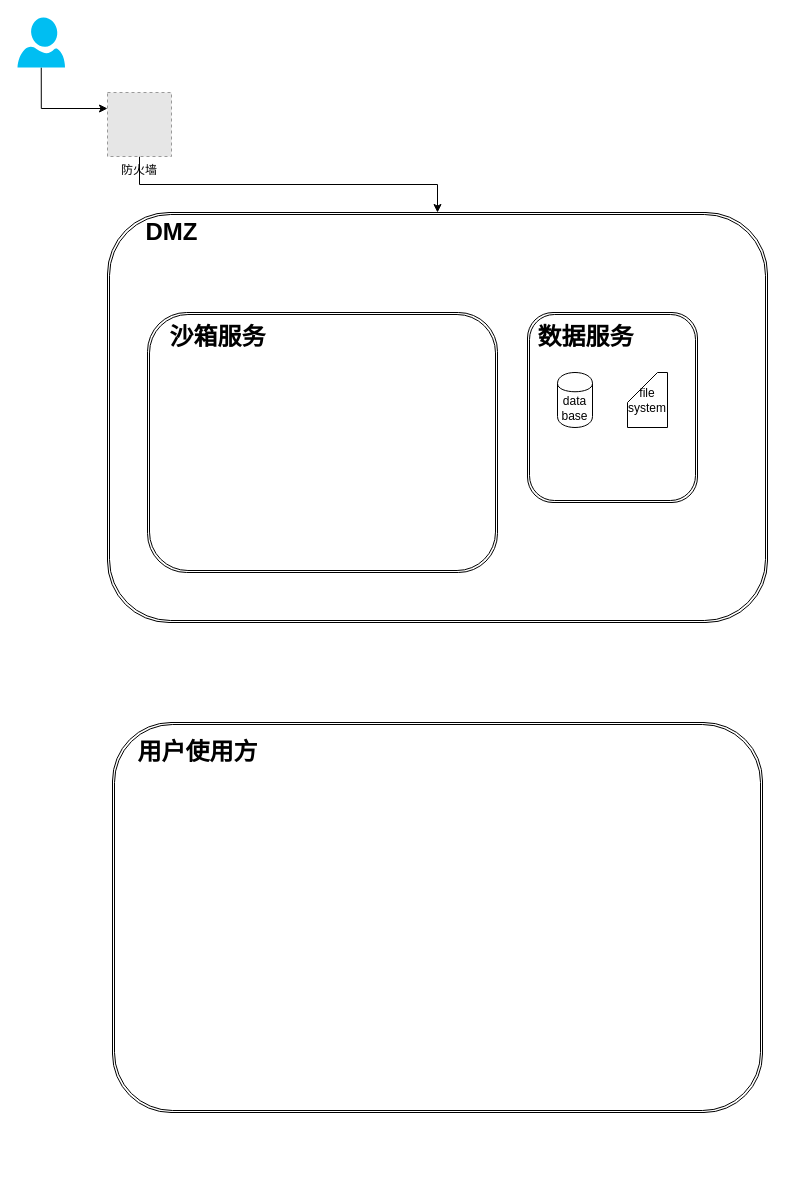
cpu6660/LeetCode keeps this draw.io diagram as Untitled Diagram.drawio. Above is the earlier version. Source tidied: cells renumbered, new cells numbered last; positions are measured from the earlier drawing's top-left corner, leaving out a move shared by most shapes. Both pictures are drawn from the tidied source at 100%, with x=0, y=0 at pixel (17, 17). Pictures stored in the file or linked from it are replaced by grey dashed boxes.
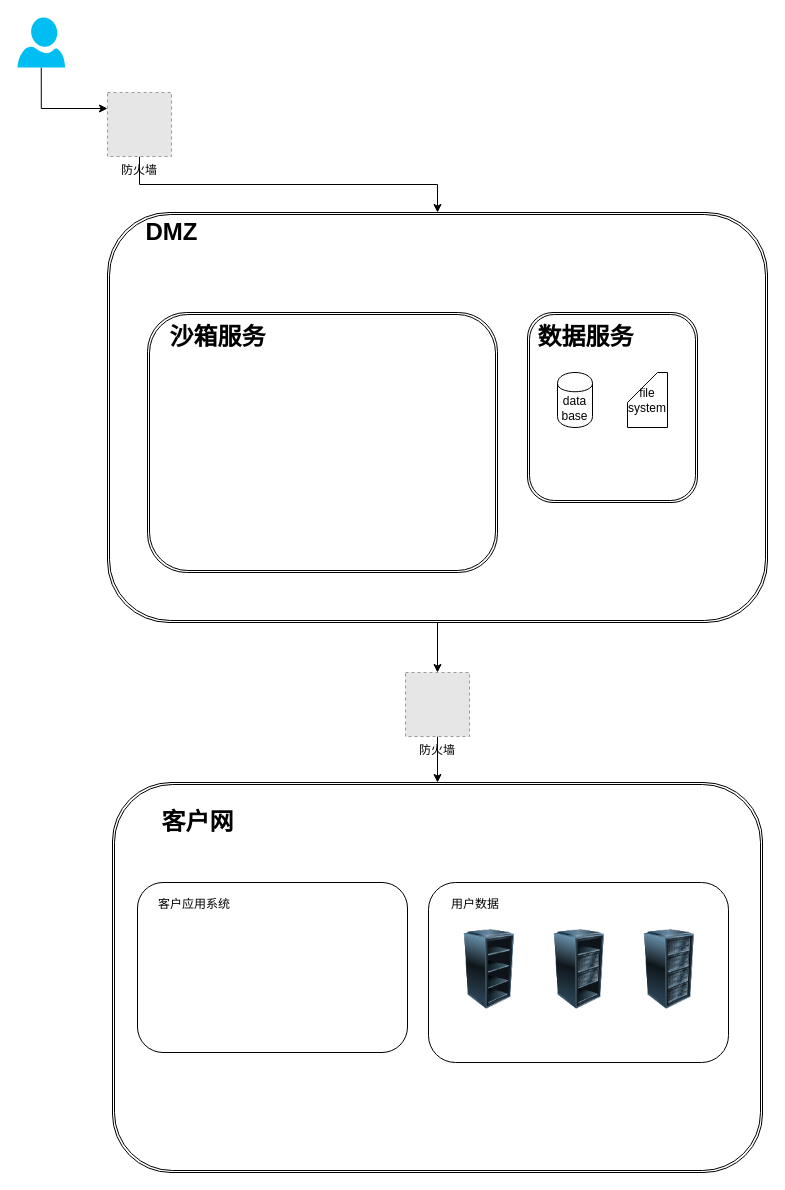
The same diagram, later.

The change refers to these unchanged cells:
```xml
<mxCell id="2" style="shape=ext;double=1;rounded=1;whiteSpace=wrap;html=1;" parent="1" vertex="1">
  <mxGeometry x="90" y="195" width="660" height="410" as="geometry" />
</mxCell>
```

What changed in the source:
```diff
@@
+    <mxCell id="16" style="edgeStyle=orthogonalEdgeStyle;rounded=0;jettySize=auto;html=1;exitX=0.5;exitY=1;exitDx=0;exitDy=0;" parent="1" edge="1" source="2" target="18">
+      <mxGeometry relative="1" as="geometry" />
+    </mxCell>
@@
     <mxCell id="14" style="shape=ext;double=1;rounded=1;whiteSpace=wrap;html=1;" parent="1" vertex="1">
-      <mxGeometry x="95" y="705" width="650" height="390" as="geometry" />
+      <mxGeometry x="95" y="765" width="650" height="390" as="geometry" />
     </mxCell>
-    <mxCell id="15" value="用户使用方" style="text;strokeColor=none;fillColor=none;html=1;fontSize=24;fontStyle=1;verticalAlign=middle;align=center;" parent="1" vertex="1">
-      <mxGeometry x="130" y="715" width="100" height="40" as="geometry" />
+    <mxCell id="15" value="客户网" style="text;strokeColor=none;fillColor=none;html=1;fontSize=24;fontStyle=1;verticalAlign=middle;align=center;" parent="1" vertex="1">
+      <mxGeometry x="130" y="785" width="100" height="40" as="geometry" />
     </mxCell>
+    <mxCell id="17" style="edgeStyle=orthogonalEdgeStyle;rounded=0;jettySize=auto;html=1;exitX=0.5;exitY=1;exitDx=0;exitDy=0;" parent="1" edge="1" source="18" target="14">
+      <mxGeometry relative="1" as="geometry" />
+    </mxCell>
+    <mxCell id="18" value="防火墙" style="fillColor=#E6E6E6;strokeColor=#999999;dashed=1;verticalLabelPosition=bottom;verticalAlign=top;" parent="1" vertex="1">
+      <mxGeometry x="388" y="655" width="64" height="64" as="geometry" />
+    </mxCell>
+    <mxCell id="19" style="rounded=1;whiteSpace=wrap;html=1;" parent="1" vertex="1">
+      <mxGeometry x="120" y="865" width="270" height="170" as="geometry" />
+    </mxCell>
+    <mxCell id="20" style="group;" parent="1" vertex="1">
+      <mxGeometry x="411" y="865" width="300" height="180" as="geometry" />
+    </mxCell>
+    <mxCell id="21" style="rounded=1;whiteSpace=wrap;html=1;" parent="20" vertex="1">
+      <mxGeometry width="300" height="180" as="geometry" />
+    </mxCell>
+    <mxCell id="22" style="image;html=1;labelBackgroundColor=#ffffff;image=img/lib/clip_art/computers/Server_Rack_Empty_128x128.png;" parent="20" vertex="1">
+      <mxGeometry x="21" y="47" width="80" height="80" as="geometry" />
+    </mxCell>
+    <mxCell id="23" style="image;html=1;labelBackgroundColor=#ffffff;image=img/lib/clip_art/computers/Server_Rack_Partial_128x128.png;" parent="20" vertex="1">
+      <mxGeometry x="111" y="47" width="80" height="80" as="geometry" />
+    </mxCell>
+    <mxCell id="24" style="image;html=1;labelBackgroundColor=#ffffff;image=img/lib/clip_art/computers/Server_Rack_128x128.png;" parent="20" vertex="1">
+      <mxGeometry x="201" y="47" width="80" height="80" as="geometry" />
+    </mxCell>
+    <mxCell id="25" value="用户数据" style="text;html=1;strokeColor=none;fillColor=none;align=center;verticalAlign=middle;whiteSpace=wrap;rounded=0;" parent="20" vertex="1">
+      <mxGeometry x="13" y="12" width="68" height="20" as="geometry" />
+    </mxCell>
+    <mxCell id="26" value="客户应用系统" style="text;html=1;strokeColor=none;fillColor=none;align=center;verticalAlign=middle;whiteSpace=wrap;rounded=0;" parent="1" vertex="1">
+      <mxGeometry x="134" y="877" width="86" height="20" as="geometry" />
+    </mxCell>
```
